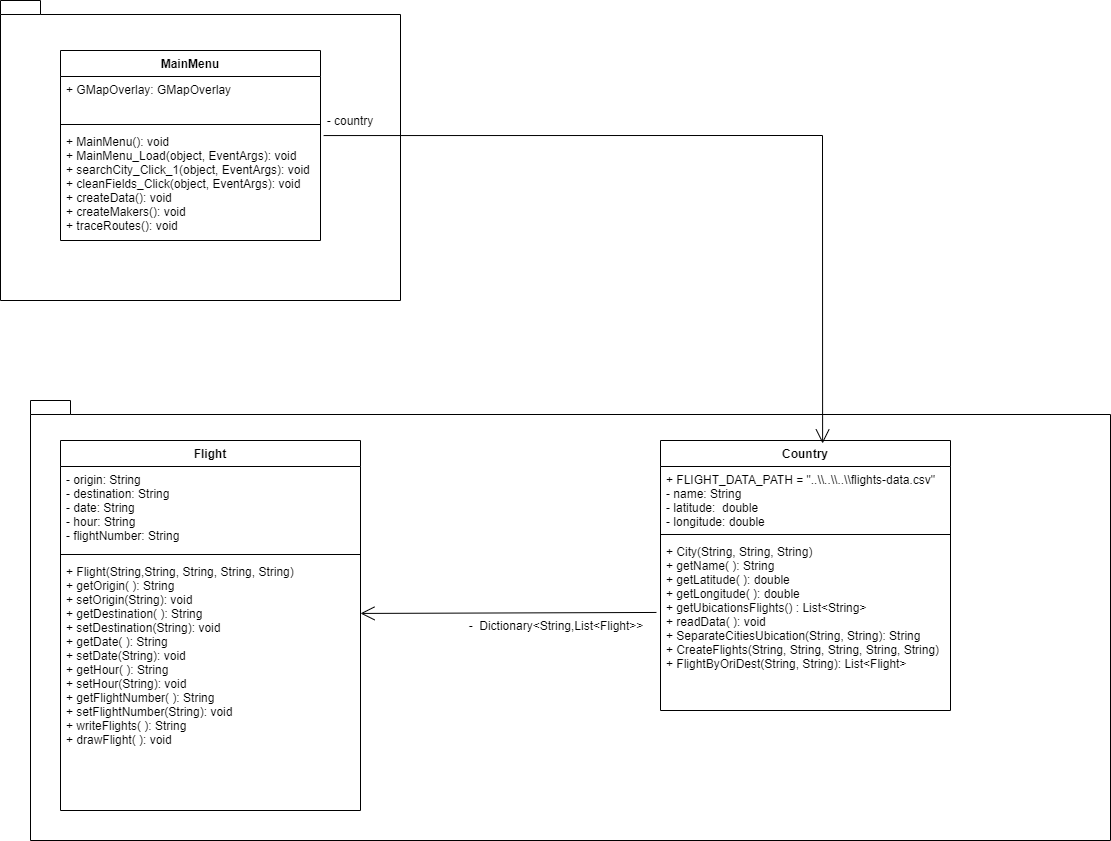
Before: docs/class_Flights.png, a diagram exported from draw.io (Matein092/GMap-flights-). Source tidied: cells renumbered, new cells last; positions are measured from the earlier drawing's top-left corner, leaving out a move shared by most shapes.
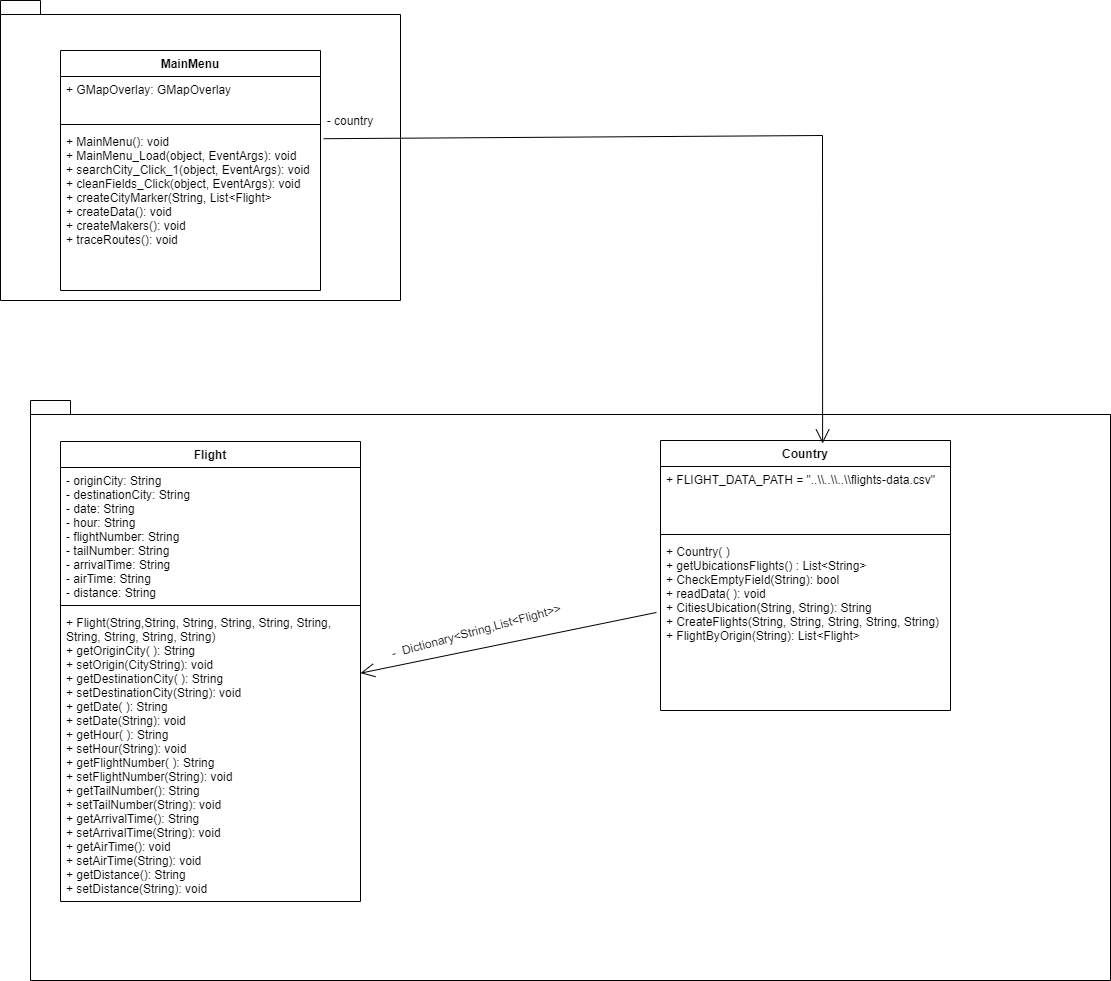
After the change.

Commit message:
Se modifico el diagrama de clases

Diff of the diagram source:
```diff
@@ -6,40 +6,40 @@
       <mxGeometry width="400" height="300" as="geometry" />
     </mxCell>
     <mxCell id="3" style="shape=folder;fontStyle=1;spacingTop=10;tabWidth=40;tabHeight=14;tabPosition=left;html=1;" parent="1" vertex="1">
-      <mxGeometry x="30" y="400" width="1080" height="440" as="geometry" />
+      <mxGeometry x="30" y="400" width="1080" height="580" as="geometry" />
     </mxCell>
     <mxCell id="4" value="Flight" style="swimlane;fontStyle=1;align=center;verticalAlign=top;horizontal=1;startSize=26;" parent="1" vertex="1">
-      <mxGeometry x="60" y="440" width="300" height="370" as="geometry" />
+      <mxGeometry x="60" y="441" width="300" height="460" as="geometry" />
     </mxCell>
-    <mxCell id="5" value="- origin: String&#10;- destination: String&#10;- date: String&#10;- hour: String&#10;- flightNumber: String" style="text;strokeColor=none;fillColor=none;align=left;verticalAlign=top;spacingLeft=4;spacingRight=4;overflow=hidden;" parent="4" vertex="1">
-      <mxGeometry y="26" width="300" height="84" as="geometry" />
+    <mxCell id="5" value="- originCity: String&#10;- destinationCity: String&#10;- date: String&#10;- hour: String&#10;- flightNumber: String&#10;- tailNumber: String&#10;- arrivalTime: String&#10;- airTime: String&#10;- distance: String" style="text;strokeColor=none;fillColor=none;align=left;verticalAlign=top;spacingLeft=4;spacingRight=4;overflow=hidden;" parent="4" vertex="1">
+      <mxGeometry y="26" width="300" height="134" as="geometry" />
     </mxCell>
     <mxCell id="6" style="line;strokeWidth=1;fillColor=none;align=left;verticalAlign=middle;spacingTop=-1;spacingLeft=3;spacingRight=3;labelPosition=right;" parent="4" vertex="1">
-      <mxGeometry y="110" width="300" height="8" as="geometry" />
+      <mxGeometry y="160" width="300" height="8" as="geometry" />
     </mxCell>
-    <mxCell id="7" value="+ Flight(String,String, String, String, String)&#10;+ getOrigin( ): String&#10;+ setOrigin(String): void&#10;+ getDestination( ): String&#10;+ setDestination(String): void&#10;+ getDate( ): String&#10;+ setDate(String): void&#10;+ getHour( ): String&#10;+ setHour(String): void&#10;+ getFlightNumber( ): String&#10;+ setFlightNumber(String): void&#10;+ writeFlights( ): String&#10;+ drawFlight( ): void&#10;" style="text;strokeColor=none;fillColor=none;align=left;verticalAlign=top;spacingLeft=4;spacingRight=4;overflow=hidden;points=[[0,0.5],[1,0.5]];portConstraint=eastwest;" parent="4" vertex="1">
-      <mxGeometry y="118" width="300" height="252" as="geometry" />
+    <mxCell id="7" value="+ Flight(String,String, String, String, String, String,&#10;String, String, String, String)&#10;+ getOriginCity( ): String&#10;+ setOrigin(CityString): void&#10;+ getDestinationCity( ): String&#10;+ setDestinationCity(String): void&#10;+ getDate( ): String&#10;+ setDate(String): void&#10;+ getHour( ): String&#10;+ setHour(String): void&#10;+ getFlightNumber( ): String&#10;+ setFlightNumber(String): void&#10;+ getTailNumber(): String&#10;+ setTailNumber(String): void&#10;+ getArrivalTime(): String&#10;+ setArrivalTime(String): void&#10;+ getAirTime(): void&#10;+ setAirTime(String): void&#10;+ getDistance(): String&#10;+ setDistance(String): void&#10;" style="text;strokeColor=none;fillColor=none;align=left;verticalAlign=top;spacingLeft=4;spacingRight=4;overflow=hidden;points=[[0,0.5],[1,0.5]];portConstraint=eastwest;" parent="4" vertex="1">
+      <mxGeometry y="168" width="300" height="292" as="geometry" />
     </mxCell>
     <mxCell id="8" value="Country" style="swimlane;fontStyle=1;align=center;verticalAlign=top;horizontal=1;startSize=26;" parent="1" vertex="1">
       <mxGeometry x="660" y="440" width="290" height="270" as="geometry" />
     </mxCell>
-    <mxCell id="9" value="+ FLIGHT_DATA_PATH = &quot;..\\..\\..\\flights-data.csv&quot;&#10;- name: String&#10;- latitude:  double&#10;- longitude: double" style="text;strokeColor=none;fillColor=none;align=left;verticalAlign=top;spacingLeft=4;spacingRight=4;overflow=hidden;" parent="8" vertex="1">
+    <mxCell id="9" value="+ FLIGHT_DATA_PATH = &quot;..\\..\\..\\flights-data.csv&quot;&#10;" style="text;strokeColor=none;fillColor=none;align=left;verticalAlign=top;spacingLeft=4;spacingRight=4;overflow=hidden;" parent="8" vertex="1">
       <mxGeometry y="26" width="290" height="64" as="geometry" />
     </mxCell>
     <mxCell id="10" style="line;strokeWidth=1;fillColor=none;align=left;verticalAlign=middle;spacingTop=-1;spacingLeft=3;spacingRight=3;labelPosition=right;" parent="8" vertex="1">
       <mxGeometry y="90" width="290" height="8" as="geometry" />
     </mxCell>
-    <mxCell id="11" value="+ City(String, String, String)&#10;+ getName( ): String&#10;+ getLatitude( ): double&#10;+ getLongitude( ): double&#10;+ getUbicationsFlights() : List&lt;String&gt;&#10;+ readData( ): void&#10;+ SeparateCitiesUbication(String, String): String&#10;+ CreateFlights(String, String, String, String, String)&#10;+ FlightByOriDest(String, String): List&lt;Flight&gt;&#10;" style="text;strokeColor=none;fillColor=none;align=left;verticalAlign=top;spacingLeft=4;spacingRight=4;overflow=hidden;points=[[0,0.5],[1,0.5]];portConstraint=eastwest;" parent="8" vertex="1">
+    <mxCell id="11" value="+ Country( )&#10;+ getUbicationsFlights() : List&lt;String&gt;&#10;+ CheckEmptyField(String): bool&#10;+ readData( ): void&#10;+ CitiesUbication(String, String): String&#10;+ CreateFlights(String, String, String, String, String)&#10;+ FlightByOrigin(String): List&lt;Flight&gt;&#10;&#10;" style="text;strokeColor=none;fillColor=none;align=left;verticalAlign=top;spacingLeft=4;spacingRight=4;overflow=hidden;points=[[0,0.5],[1,0.5]];portConstraint=eastwest;" parent="8" vertex="1">
       <mxGeometry y="98" width="290" height="172" as="geometry" />
     </mxCell>
     <mxCell id="12" style="endArrow=open;endFill=1;endSize=12;html=1;entryX=1;entryY=0.218;entryDx=0;entryDy=0;entryPerimeter=0;exitX=-0.014;exitY=0.43;exitDx=0;exitDy=0;exitPerimeter=0;" parent="1" edge="1" source="11" target="7">
       <mxGeometry relative="1" as="geometry" />
     </mxCell>
-    <mxCell id="13" value="-&amp;nbsp; Dictionary&amp;lt;String,List&amp;lt;Flight&amp;gt;&amp;gt;" style="text;html=1;strokeColor=none;fillColor=none;align=center;verticalAlign=middle;whiteSpace=wrap;rounded=0;" parent="1" vertex="1">
-      <mxGeometry x="450" y="615" width="212" height="20" as="geometry" />
+    <mxCell id="13" value="-&amp;nbsp; Dictionary&amp;lt;String,List&amp;lt;Flight&amp;gt;&amp;gt;" style="text;html=1;strokeColor=none;fillColor=none;align=center;verticalAlign=middle;whiteSpace=wrap;rounded=0;rotation=-15;" parent="1" vertex="1">
+      <mxGeometry x="370" y="620" width="212" height="20" as="geometry" />
     </mxCell>
     <mxCell id="14" value="MainMenu" style="swimlane;fontStyle=1;align=center;verticalAlign=top;horizontal=1;startSize=26;" parent="1" vertex="1">
-      <mxGeometry x="60" y="50" width="260" height="190" as="geometry" />
+      <mxGeometry x="60" y="50" width="260" height="240" as="geometry" />
     </mxCell>
     <mxCell id="15" value="+ GMapOverlay: GMapOverlay&#10;" style="text;strokeColor=none;fillColor=none;align=left;verticalAlign=top;spacingLeft=4;spacingRight=4;overflow=hidden;" parent="14" vertex="1">
       <mxGeometry y="26" width="260" height="44" as="geometry" />
@@ -47,8 +47,8 @@
     <mxCell id="16" style="line;strokeWidth=1;fillColor=none;align=left;verticalAlign=middle;spacingTop=-1;spacingLeft=3;spacingRight=3;labelPosition=right;" parent="14" vertex="1">
       <mxGeometry y="70" width="260" height="8" as="geometry" />
     </mxCell>
-    <mxCell id="17" value="+ MainMenu(): void&#10;+ MainMenu_Load(object, EventArgs): void&#10;+ searchCity_Click_1(object, EventArgs): void&#10;+ cleanFields_Click(object, EventArgs): void&#10;+ createData(): void&#10;+ createMakers(): void&#10;+ traceRoutes(): void" style="text;strokeColor=none;fillColor=none;align=left;verticalAlign=top;spacingLeft=4;spacingRight=4;overflow=hidden;points=[[0,0.5],[1,0.5]];portConstraint=eastwest;" parent="14" vertex="1">
-      <mxGeometry y="78" width="260" height="112" as="geometry" />
+    <mxCell id="17" value="+ MainMenu(): void&#10;+ MainMenu_Load(object, EventArgs): void&#10;+ searchCity_Click_1(object, EventArgs): void&#10;+ cleanFields_Click(object, EventArgs): void&#10;+ createCityMarker(String, List&lt;Flight&gt;&#10;+ createData(): void&#10;+ createMakers(): void&#10;+ traceRoutes(): void" style="text;strokeColor=none;fillColor=none;align=left;verticalAlign=top;spacingLeft=4;spacingRight=4;overflow=hidden;points=[[0,0.5],[1,0.5]];portConstraint=eastwest;" parent="14" vertex="1">
+      <mxGeometry y="78" width="260" height="162" as="geometry" />
     </mxCell>
     <mxCell id="18" style="endArrow=open;endFill=1;endSize=12;html=1;entryX=0.559;entryY=0.011;entryDx=0;entryDy=0;entryPerimeter=0;exitX=1.012;exitY=0.063;exitDx=0;exitDy=0;exitPerimeter=0;rounded=0;" parent="1" edge="1" source="17" target="8">
       <mxGeometry relative="1" as="geometry">
```
